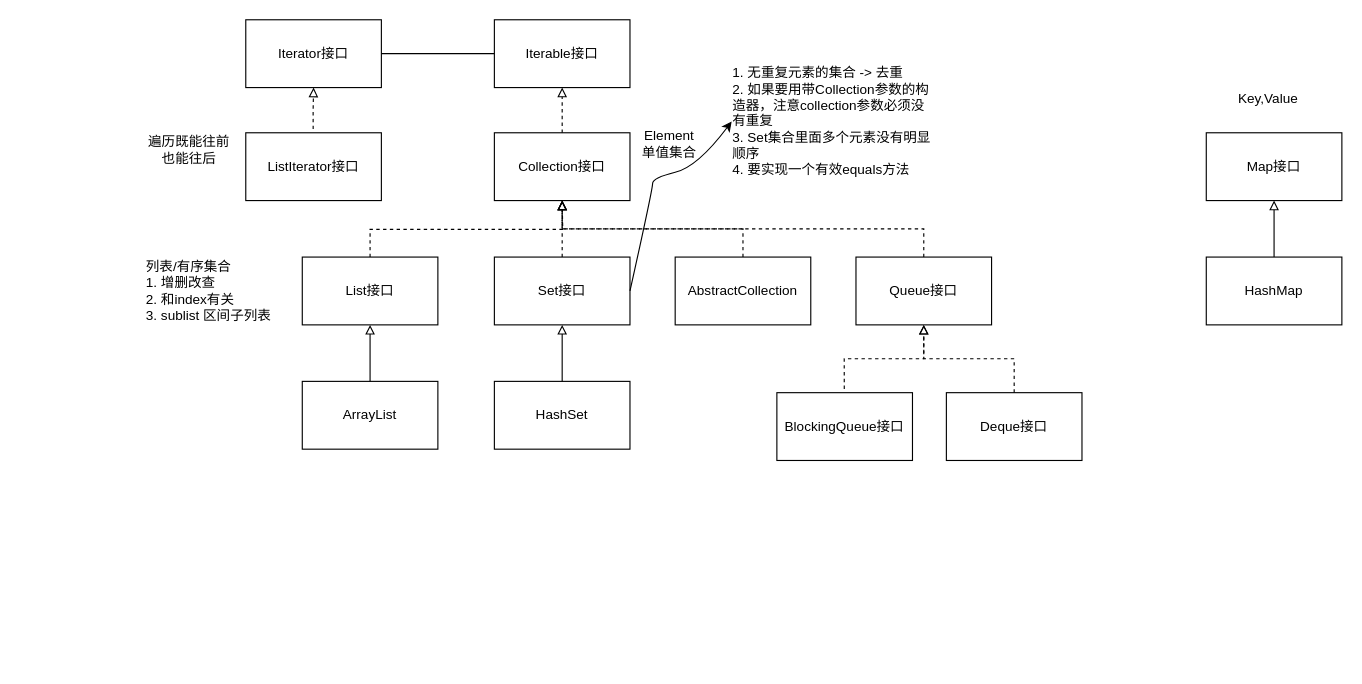
zhangge208/LearningJava keeps this draw.io diagram as collections.drawio. Above is the earlier version. Source tidied: cells renumbered, new cells numbered last; positions are measured from the earlier drawing's top-left corner, leaving out a move shared by most shapes. Both pictures are drawn from the tidied source at 113%, with x=0, y=0 at pixel (144, 19).
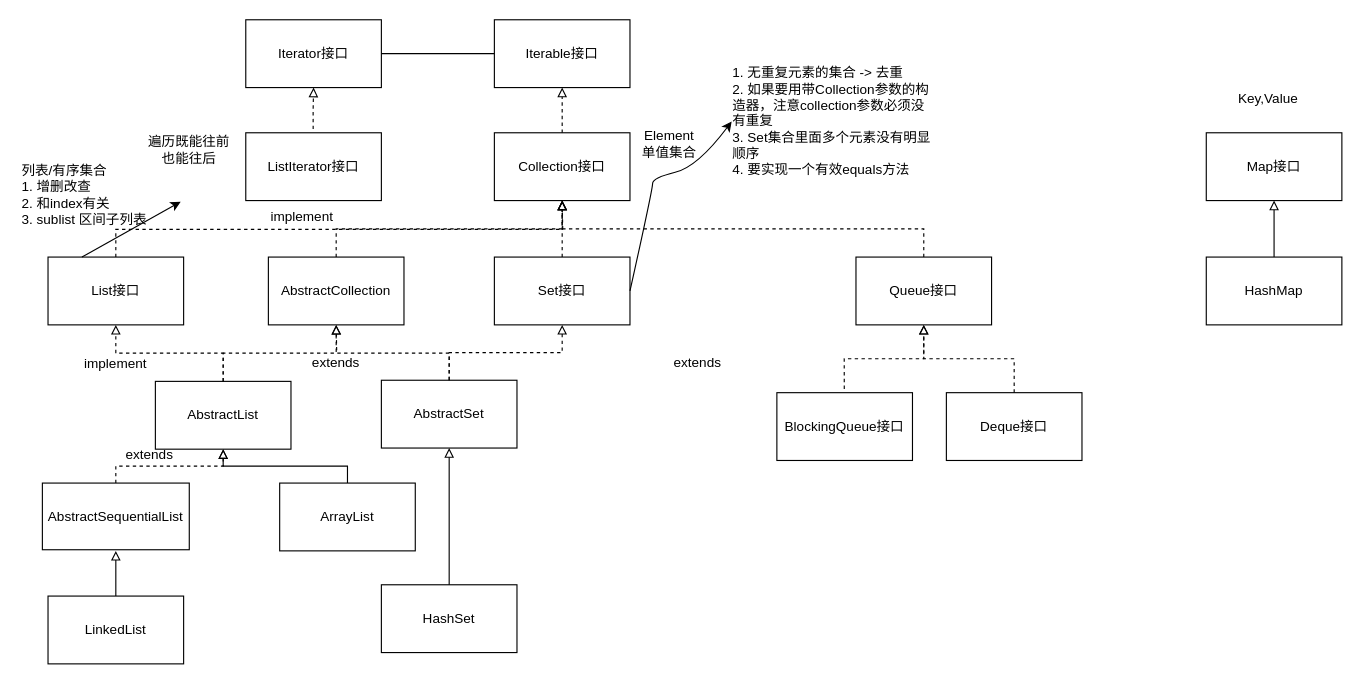
The same page after the edit.

The change refers to these unchanged cells:
```xml
<mxCell id="3" value="Collection接口" style="rounded=0;whiteSpace=wrap;html=1;" parent="1" vertex="1">
  <mxGeometry x="310" y="100" width="120" height="60" as="geometry" />
</mxCell>
<mxCell id="8" value="Set接口" style="rounded=0;whiteSpace=wrap;html=1;" parent="1" vertex="1">
  <mxGeometry x="310" y="210" width="120" height="60" as="geometry" />
</mxCell>
```

What changed in the source:
```diff
@@
     <mxCell id="7" value="List接口" style="rounded=0;whiteSpace=wrap;html=1;" parent="1" vertex="1">
-      <mxGeometry x="140" y="210" width="120" height="60" as="geometry" />
+      <mxGeometry x="-85" y="210" width="120" height="60" as="geometry" />
     </mxCell>
@@
     <mxCell id="12" value="HashSet" style="rounded=0;whiteSpace=wrap;html=1;" parent="1" vertex="1">
-      <mxGeometry x="310" y="320" width="120" height="60" as="geometry" />
+      <mxGeometry x="210" y="500" width="120" height="60" as="geometry" />
     </mxCell>
-    <mxCell id="13" style="endArrow=block;endFill=0;shadow=0;strokeWidth=1;rounded=0;edgeStyle=orthogonalEdgeStyle;elbow=vertical;exitX=0.5;exitY=0;exitDx=0;exitDy=0;" parent="1" edge="1" source="12">
-      <mxGeometry relative="1" as="geometry">
-        <mxPoint x="370" y="270" as="targetPoint" />
-      </mxGeometry>
+    <mxCell id="13" style="endArrow=block;endFill=0;shadow=0;strokeWidth=1;rounded=0;edgeStyle=orthogonalEdgeStyle;elbow=vertical;exitX=0.5;exitY=0;exitDx=0;exitDy=0;entryX=0.5;entryY=1;entryDx=0;entryDy=0;" parent="1" edge="1" source="12" target="46">
+      <mxGeometry relative="1" as="geometry" />
     </mxCell>
     <mxCell id="14" value="ArrayList" style="rounded=0;whiteSpace=wrap;html=1;" parent="1" vertex="1">
-      <mxGeometry x="140" y="320" width="120" height="60" as="geometry" />
+      <mxGeometry x="120" y="410" width="120" height="60" as="geometry" />
     </mxCell>
-    <mxCell id="15" style="endArrow=block;endFill=0;shadow=0;strokeWidth=1;rounded=0;edgeStyle=orthogonalEdgeStyle;elbow=vertical;exitX=0.5;exitY=0;exitDx=0;exitDy=0;entryX=0.5;entryY=1;entryDx=0;entryDy=0;" parent="1" edge="1" source="14">
-      <mxGeometry relative="1" as="geometry">
-        <mxPoint x="200" y="270" as="targetPoint" />
-      </mxGeometry>
+    <mxCell id="15" style="endArrow=block;endFill=0;shadow=0;strokeWidth=1;rounded=0;edgeStyle=orthogonalEdgeStyle;elbow=vertical;exitX=0.5;exitY=0;exitDx=0;exitDy=0;entryX=0.5;entryY=1;entryDx=0;entryDy=0;" parent="1" edge="1" source="14" target="35">
+      <mxGeometry relative="1" as="geometry" />
     </mxCell>
@@
     <mxCell id="20" value="列表/有序集合&lt;br&gt;1. 增删改查&lt;br&gt;2. 和index有关&lt;br&gt;3. sublist 区间子列表" style="text;html=1;strokeColor=none;fillColor=none;align=left;verticalAlign=middle;whiteSpace=wrap;rounded=0;" parent="1" vertex="1">
-      <mxGeometry y="215" width="140" height="50" as="geometry" />
+      <mxGeometry x="-110" y="130" width="140" height="50" as="geometry" />
     </mxCell>
@@
     <mxCell id="32" style="endArrow=block;endFill=0;shadow=0;strokeWidth=1;rounded=0;edgeStyle=orthogonalEdgeStyle;elbow=vertical;dashed=1;exitX=0.5;exitY=0;exitDx=0;exitDy=0;" parent="1" edge="1" source="33" target="3">
       <mxGeometry relative="1" as="geometry">
         <Array as="points">
-          <mxPoint x="530" y="185" />
+          <mxPoint x="170" y="185" />
           <mxPoint x="370" y="185" />
         </Array>
       </mxGeometry>
     </mxCell>
     <mxCell id="33" value="AbstractCollection" style="rounded=0;whiteSpace=wrap;html=1;" parent="1" vertex="1">
-      <mxGeometry x="470" y="210" width="120" height="60" as="geometry" />
+      <mxGeometry x="110" y="210" width="120" height="60" as="geometry" />
     </mxCell>
+    <mxCell id="34" style="endArrow=classic;html=1;rounded=0;fontFamily=Helvetica;fontSize=12;elbow=vertical;entryX=1.017;entryY=0.62;entryDx=0;entryDy=0;entryPerimeter=0;exitX=0.25;exitY=0;exitDx=0;exitDy=0;" parent="1" edge="1" source="7" target="20">
+      <mxGeometry relative="1" as="geometry" />
+    </mxCell>
+    <mxCell id="35" value="AbstractList" style="rounded=0;whiteSpace=wrap;html=1;" parent="1" vertex="1">
+      <mxGeometry x="10" y="320" width="120" height="60" as="geometry" />
+    </mxCell>
+    <mxCell id="36" style="endArrow=block;endFill=0;shadow=0;strokeWidth=1;rounded=0;edgeStyle=orthogonalEdgeStyle;elbow=vertical;dashed=1;exitX=0.5;exitY=0;exitDx=0;exitDy=0;entryX=0.5;entryY=1;entryDx=0;entryDy=0;" parent="1" edge="1" source="35" target="7">
+      <mxGeometry relative="1" as="geometry" />
+    </mxCell>
+    <mxCell id="37" style="endArrow=block;endFill=0;shadow=0;strokeWidth=1;rounded=0;edgeStyle=orthogonalEdgeStyle;elbow=vertical;dashed=1;exitX=0.5;exitY=0;exitDx=0;exitDy=0;entryX=0.5;entryY=1;entryDx=0;entryDy=0;" parent="1" edge="1" source="35" target="33">
+      <mxGeometry relative="1" as="geometry" />
+    </mxCell>
+    <mxCell id="38" value="implement" style="text;html=1;strokeColor=none;fillColor=none;align=center;verticalAlign=middle;whiteSpace=wrap;rounded=0;fontSize=12;fontFamily=Helvetica;" parent="1" vertex="1">
+      <mxGeometry x="-55" y="290" width="60" height="30" as="geometry" />
+    </mxCell>
+    <mxCell id="39" value="extends" style="text;html=1;strokeColor=none;fillColor=none;align=center;verticalAlign=middle;whiteSpace=wrap;rounded=0;fontSize=12;fontFamily=Helvetica;" parent="1" vertex="1">
+      <mxGeometry x="140" y="289" width="60" height="30" as="geometry" />
+    </mxCell>
+    <mxCell id="40" value="AbstractSequentialList" style="rounded=0;whiteSpace=wrap;html=1;" parent="1" vertex="1">
+      <mxGeometry x="-90" y="410" width="130" height="59" as="geometry" />
+    </mxCell>
+    <mxCell id="41" style="endArrow=block;endFill=0;shadow=0;strokeWidth=1;rounded=0;edgeStyle=orthogonalEdgeStyle;elbow=vertical;dashed=1;exitX=0.5;exitY=0;exitDx=0;exitDy=0;entryX=0.5;entryY=1;entryDx=0;entryDy=0;" parent="1" edge="1" source="40" target="35">
+      <mxGeometry relative="1" as="geometry" />
+    </mxCell>
+    <mxCell id="42" value="extends" style="text;html=1;strokeColor=none;fillColor=none;align=center;verticalAlign=middle;whiteSpace=wrap;rounded=0;fontSize=12;fontFamily=Helvetica;" parent="1" vertex="1">
+      <mxGeometry x="-25" y="370" width="60" height="30" as="geometry" />
+    </mxCell>
+    <mxCell id="43" value="LinkedList" style="rounded=0;whiteSpace=wrap;html=1;" parent="1" vertex="1">
+      <mxGeometry x="-85" y="510" width="120" height="60" as="geometry" />
+    </mxCell>
+    <mxCell id="44" style="endArrow=block;endFill=0;shadow=0;strokeWidth=1;rounded=0;edgeStyle=orthogonalEdgeStyle;elbow=vertical;exitX=0.5;exitY=0;exitDx=0;exitDy=0;" parent="1" edge="1" source="43">
+      <mxGeometry relative="1" as="geometry">
+        <mxPoint x="-25" y="470" as="targetPoint" />
+      </mxGeometry>
+    </mxCell>
+    <mxCell id="45" value="implement" style="text;html=1;strokeColor=none;fillColor=none;align=center;verticalAlign=middle;whiteSpace=wrap;rounded=0;fontSize=12;fontFamily=Helvetica;" parent="1" vertex="1">
+      <mxGeometry x="110" y="160" width="60" height="30" as="geometry" />
+    </mxCell>
+    <mxCell id="46" value="AbstractSet" style="rounded=0;whiteSpace=wrap;html=1;" parent="1" vertex="1">
+      <mxGeometry x="210" y="319" width="120" height="60" as="geometry" />
+    </mxCell>
+    <mxCell id="47" style="endArrow=block;endFill=0;shadow=0;strokeWidth=1;rounded=0;edgeStyle=orthogonalEdgeStyle;elbow=vertical;dashed=1;exitX=0.5;exitY=0;exitDx=0;exitDy=0;" parent="1" edge="1" source="46">
+      <mxGeometry relative="1" as="geometry">
+        <mxPoint x="170" y="270" as="targetPoint" />
+      </mxGeometry>
+    </mxCell>
+    <mxCell id="48" value="extends" style="text;html=1;strokeColor=none;fillColor=none;align=center;verticalAlign=middle;whiteSpace=wrap;rounded=0;fontSize=12;fontFamily=Helvetica;" parent="1" vertex="1">
+      <mxGeometry x="460" y="289" width="60" height="30" as="geometry" />
+    </mxCell>
+    <mxCell id="49" style="endArrow=block;endFill=0;shadow=0;strokeWidth=1;rounded=0;edgeStyle=orthogonalEdgeStyle;elbow=vertical;dashed=1;exitX=0.5;exitY=0;exitDx=0;exitDy=0;entryX=0.5;entryY=1;entryDx=0;entryDy=0;" parent="1" edge="1" source="46" target="8">
+      <mxGeometry relative="1" as="geometry" />
+    </mxCell>
```
